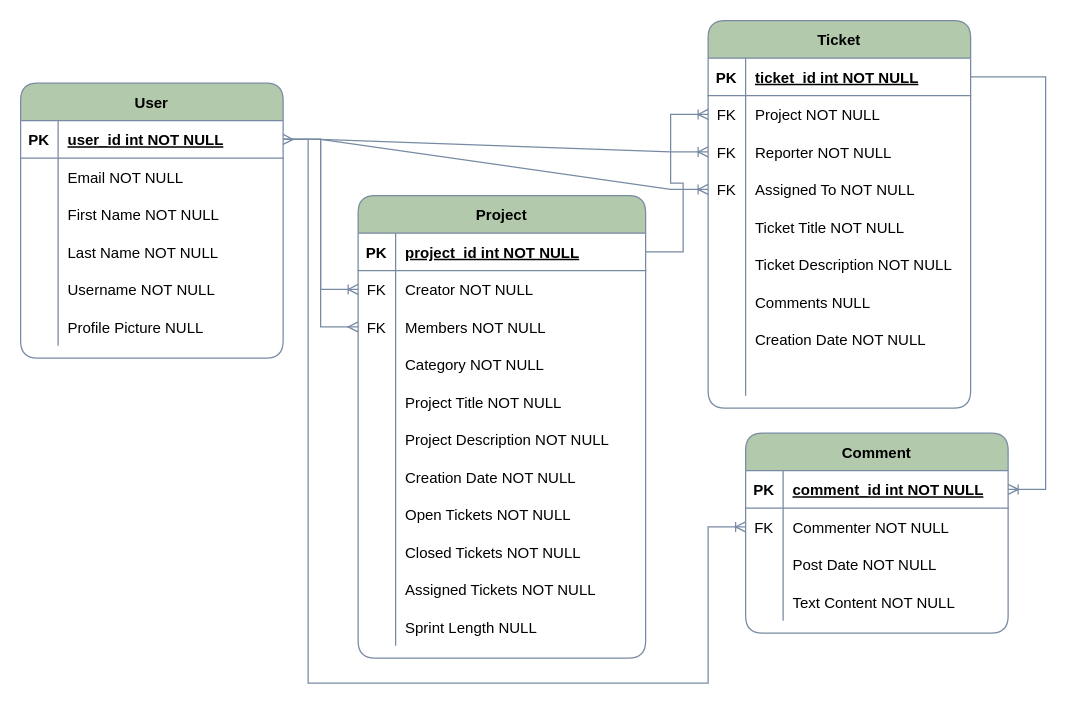
The draw.io diagram config and documentation/database-schema.drawio in krishabbashyal/issue-tracker, before the edit. Source tidied: cells renumbered, new cells numbered last; positions are measured from the earlier drawing's top-left corner, leaving out a move shared by most shapes. Both pictures are drawn from the tidied source at 125%, with x=0, y=0 at pixel (20, 20).
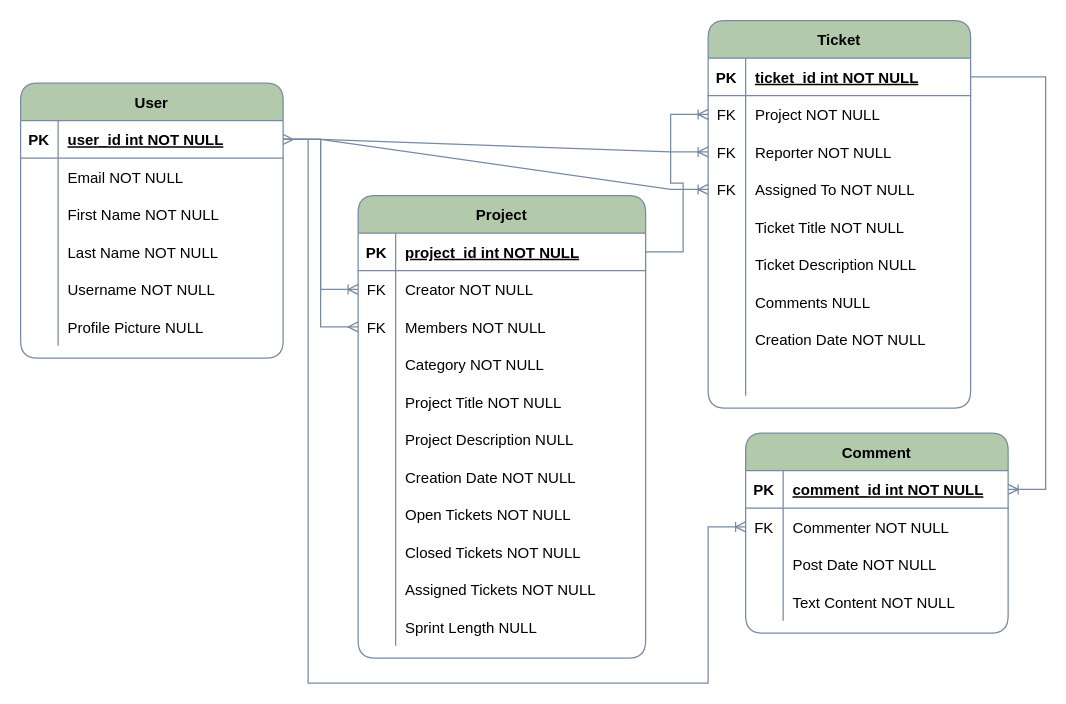
The same diagram, later.

The change refers to these unchanged cells:
```xml
<mxCell id="37" style="shape=tableRow;horizontal=0;startSize=0;swimlaneHead=0;swimlaneBody=0;fillColor=none;top=0;left=0;right=0;bottom=0;rounded=1;strokeColor=#788AA3;fontColor=default;strokeWidth=1;fontStyle=0;" parent="21" vertex="1">
  <mxGeometry y="180" width="230" height="30" as="geometry" />
</mxCell>
<mxCell id="71" style="shape=tableRow;horizontal=0;startSize=0;swimlaneHead=0;swimlaneBody=0;fillColor=none;top=0;left=0;right=0;bottom=0;rounded=0;sketch=0;fontColor=default;strokeColor=#788AA3;strokeWidth=1;fontStyle=0;" parent="55" vertex="1">
  <mxGeometry y="180" width="210" height="30" as="geometry" />
</mxCell>
```

What changed in the source:
```diff
@@
-    <mxCell id="39" value="Project Description NOT NULL" style="shape=partialRectangle;fillColor=none;top=0;left=0;bottom=0;right=0;align=left;spacingLeft=6;overflow=hidden;rounded=1;strokeColor=#788AA3;fontColor=default;strokeWidth=1;fontStyle=0;" parent="37" vertex="1">
+    <mxCell id="39" value="Project Description NULL" style="shape=partialRectangle;fillColor=none;top=0;left=0;bottom=0;right=0;align=left;spacingLeft=6;overflow=hidden;rounded=1;strokeColor=#788AA3;fontColor=default;strokeWidth=1;fontStyle=0;" parent="37" vertex="1">
       <mxGeometry x="30" width="200" height="30" as="geometry" />
     </mxCell>
@@
-    <mxCell id="73" value="Ticket Description NOT NULL" style="shape=partialRectangle;fillColor=none;top=0;left=0;bottom=0;right=0;align=left;spacingLeft=6;overflow=hidden;rounded=0;sketch=0;fontColor=default;strokeColor=#788AA3;strokeWidth=1;fontStyle=0;" parent="71" vertex="1">
+    <mxCell id="73" value="Ticket Description NULL" style="shape=partialRectangle;fillColor=none;top=0;left=0;bottom=0;right=0;align=left;spacingLeft=6;overflow=hidden;rounded=0;sketch=0;fontColor=default;strokeColor=#788AA3;strokeWidth=1;fontStyle=0;" parent="71" vertex="1">
       <mxGeometry x="30" width="180" height="30" as="geometry" />
     </mxCell>
```
